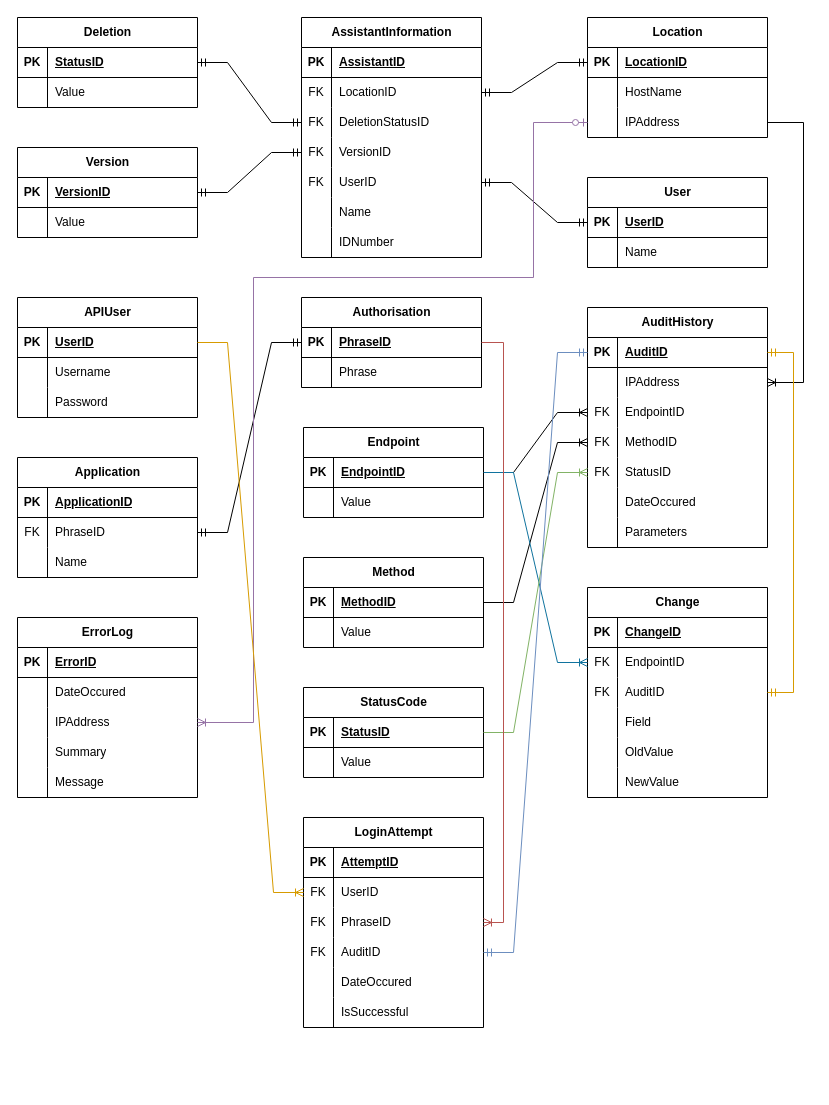
Before: Database ERD.drawio in LegendarySpork9/Hunter-Industries-API, a draw.io diagram. Source tidied: cells renumbered, new cells numbered last; positions are measured from the earlier drawing's top-left corner, leaving out a move shared by most shapes. Both pictures are drawn from the tidied source at 100%, with x=0, y=0 at pixel (17, 17).
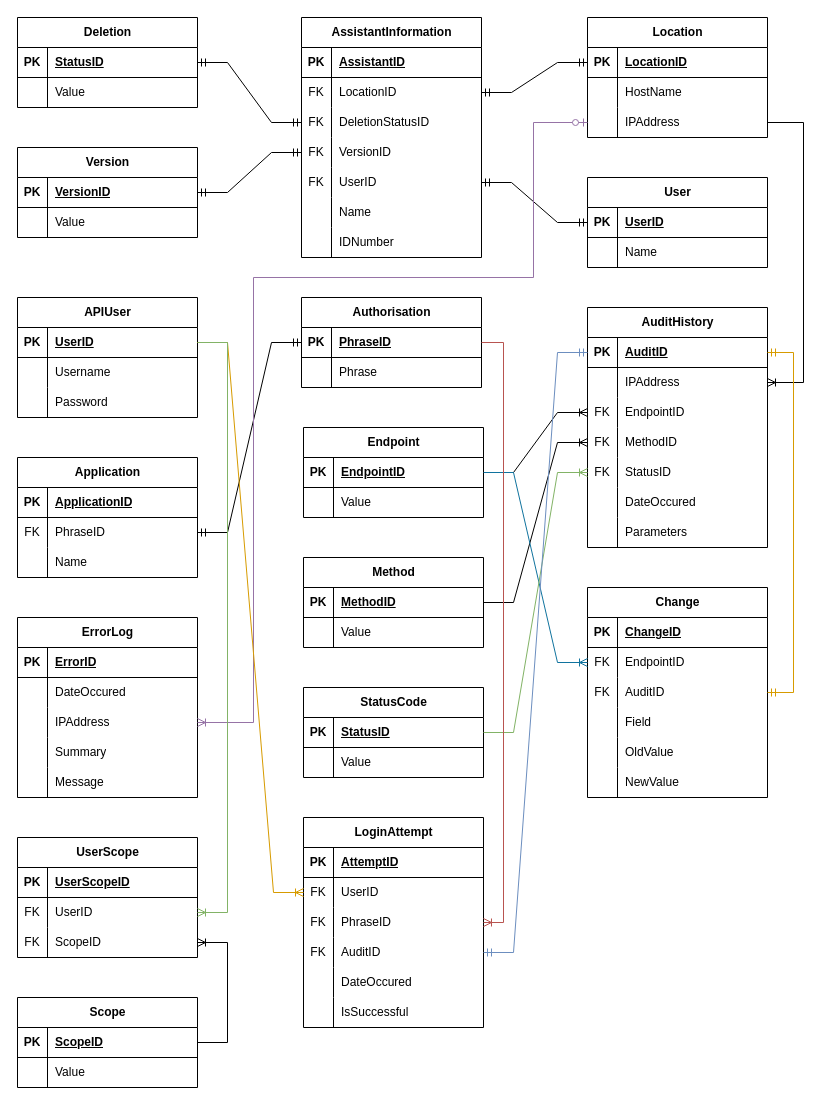
The same page after the edit.

The change refers to these unchanged cells:
```xml
<mxCell id="106" style="shape=tableRow;horizontal=0;startSize=0;swimlaneHead=0;swimlaneBody=0;fillColor=none;points=[[0,0.5],[1,0.5]];portConstraint=eastwest;top=0;left=0;right=0;bottom=1;" parent="105" vertex="1">
  <mxGeometry y="30" width="180" height="30" as="geometry" />
</mxCell>
```

Change to the diagram source:
```diff
@@
+    <mxCell id="194" value="Scope" style="shape=table;startSize=30;childLayout=tableLayout;rowLines=0;fontStyle=1;align=center;html=1;" parent="1" vertex="1">
+      <mxGeometry y="980" width="180" height="90" as="geometry" />
+    </mxCell>
+    <mxCell id="195" style="shape=tableRow;horizontal=0;startSize=0;swimlaneHead=0;swimlaneBody=0;fillColor=none;points=[[0,0.5],[1,0.5]];portConstraint=eastwest;top=0;left=0;right=0;bottom=1;" parent="194" vertex="1">
+      <mxGeometry y="30" width="180" height="30" as="geometry" />
+    </mxCell>
+    <mxCell id="196" value="PK" style="shape=partialRectangle;fillColor=none;top=0;left=0;bottom=0;right=0;fontStyle=1;overflow=hidden;whiteSpace=wrap;html=1;" parent="195" vertex="1">
+      <mxGeometry width="30" height="30" as="geometry" />
+    </mxCell>
+    <mxCell id="197" value="ScopeID" style="shape=partialRectangle;fillColor=none;top=0;left=0;bottom=0;right=0;align=left;spacingLeft=6;fontStyle=5;overflow=hidden;whiteSpace=wrap;html=1;" parent="195" vertex="1">
+      <mxGeometry x="30" width="150" height="30" as="geometry" />
+    </mxCell>
+    <mxCell id="198" style="shape=tableRow;horizontal=0;startSize=0;swimlaneHead=0;swimlaneBody=0;fillColor=none;top=0;left=0;right=0;bottom=0;" parent="194" vertex="1">
+      <mxGeometry y="60" width="180" height="30" as="geometry" />
+    </mxCell>
+    <mxCell id="199" style="shape=partialRectangle;fillColor=none;top=0;left=0;bottom=0;right=0;overflow=hidden;whiteSpace=wrap;html=1;" parent="198" vertex="1">
+      <mxGeometry width="30" height="30" as="geometry" />
+    </mxCell>
+    <mxCell id="200" value="Value" style="shape=partialRectangle;fillColor=none;top=0;left=0;bottom=0;right=0;align=left;spacingLeft=6;overflow=hidden;whiteSpace=wrap;html=1;" parent="198" vertex="1">
+      <mxGeometry x="30" width="150" height="30" as="geometry" />
+    </mxCell>
+    <mxCell id="201" value="UserScope" style="shape=table;startSize=30;childLayout=tableLayout;rowLines=0;fontStyle=1;align=center;html=1;" parent="1" vertex="1">
+      <mxGeometry y="820" width="180" height="120" as="geometry" />
+    </mxCell>
+    <mxCell id="202" style="shape=tableRow;horizontal=0;startSize=0;swimlaneHead=0;swimlaneBody=0;fillColor=none;top=0;left=0;right=0;bottom=1;" parent="201" vertex="1">
+      <mxGeometry y="30" width="180" height="30" as="geometry" />
+    </mxCell>
+    <mxCell id="203" value="PK" style="shape=partialRectangle;fillColor=none;top=0;left=0;bottom=0;right=0;fontStyle=1;overflow=hidden;whiteSpace=wrap;html=1;" parent="202" vertex="1">
+      <mxGeometry width="30" height="30" as="geometry" />
+    </mxCell>
+    <mxCell id="204" value="UserScopeID" style="shape=partialRectangle;fillColor=none;top=0;left=0;bottom=0;right=0;align=left;spacingLeft=6;fontStyle=5;overflow=hidden;whiteSpace=wrap;html=1;" parent="202" vertex="1">
+      <mxGeometry x="30" width="150" height="30" as="geometry" />
+    </mxCell>
+    <mxCell id="205" style="shape=tableRow;horizontal=0;startSize=0;swimlaneHead=0;swimlaneBody=0;fillColor=none;points=[[0,0.5],[1,0.5]];portConstraint=eastwest;top=0;left=0;right=0;bottom=0;" parent="201" vertex="1">
+      <mxGeometry y="60" width="180" height="30" as="geometry" />
+    </mxCell>
+    <mxCell id="206" value="FK" style="shape=partialRectangle;fillColor=none;top=0;left=0;bottom=0;right=0;overflow=hidden;whiteSpace=wrap;html=1;" parent="205" vertex="1">
+      <mxGeometry width="30" height="30" as="geometry" />
+    </mxCell>
+    <mxCell id="207" value="UserID" style="shape=partialRectangle;fillColor=none;top=0;left=0;bottom=0;right=0;align=left;spacingLeft=6;overflow=hidden;whiteSpace=wrap;html=1;" parent="205" vertex="1">
+      <mxGeometry x="30" width="150" height="30" as="geometry" />
+    </mxCell>
+    <mxCell id="208" style="shape=tableRow;horizontal=0;startSize=0;swimlaneHead=0;swimlaneBody=0;fillColor=none;points=[[0,0.5],[1,0.5]];portConstraint=eastwest;top=0;left=0;right=0;bottom=0;" parent="201" vertex="1">
+      <mxGeometry y="90" width="180" height="30" as="geometry" />
+    </mxCell>
+    <mxCell id="209" value="FK" style="shape=partialRectangle;fillColor=none;top=0;left=0;bottom=0;right=0;overflow=hidden;whiteSpace=wrap;html=1;" parent="208" vertex="1">
+      <mxGeometry width="30" height="30" as="geometry" />
+    </mxCell>
+    <mxCell id="210" value="ScopeID" style="shape=partialRectangle;fillColor=none;top=0;left=0;bottom=0;right=0;align=left;spacingLeft=6;overflow=hidden;whiteSpace=wrap;html=1;" parent="208" vertex="1">
+      <mxGeometry x="30" width="150" height="30" as="geometry" />
+    </mxCell>
+    <mxCell id="211" style="edgeStyle=entityRelationEdgeStyle;fontSize=12;html=1;endArrow=ERoneToMany;rounded=0;entryX=1;entryY=0.5;entryDx=0;entryDy=0;exitX=1;exitY=0.5;exitDx=0;exitDy=0;" parent="1" edge="1" source="195" target="208">
+      <mxGeometry relative="1" as="geometry" />
+    </mxCell>
+    <mxCell id="212" style="edgeStyle=entityRelationEdgeStyle;fontSize=12;html=1;endArrow=ERoneToMany;rounded=0;entryX=1;entryY=0.5;entryDx=0;entryDy=0;exitX=1;exitY=0.5;exitDx=0;exitDy=0;fillColor=#d5e8d4;strokeColor=#82b366;" parent="1" edge="1" source="106" target="205">
+      <mxGeometry relative="1" as="geometry" />
+    </mxCell>
```
